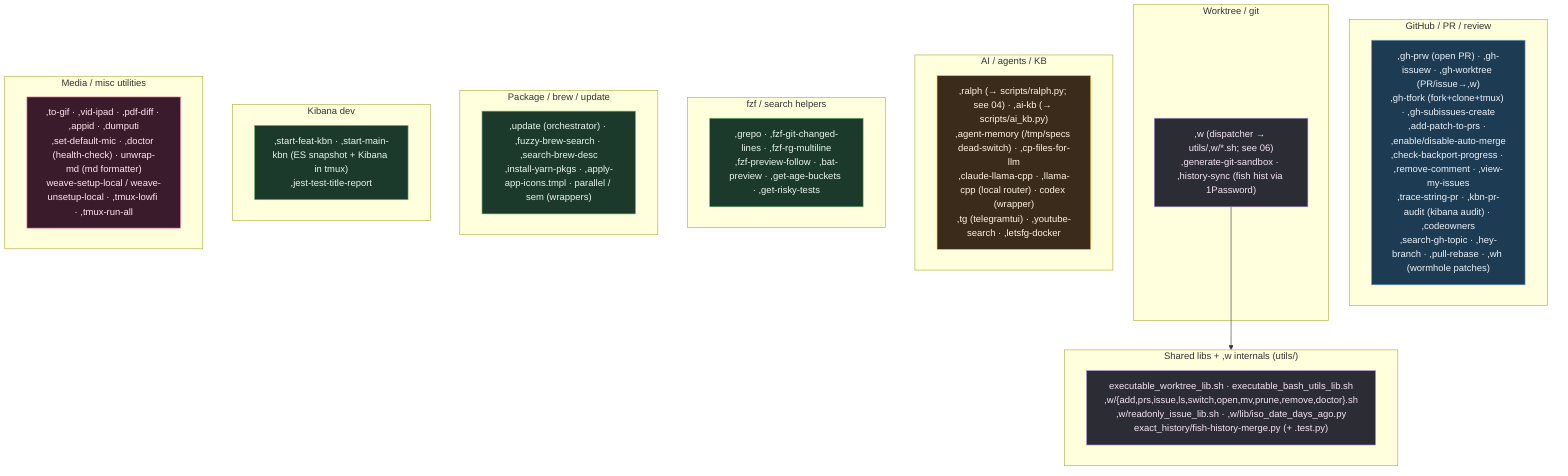
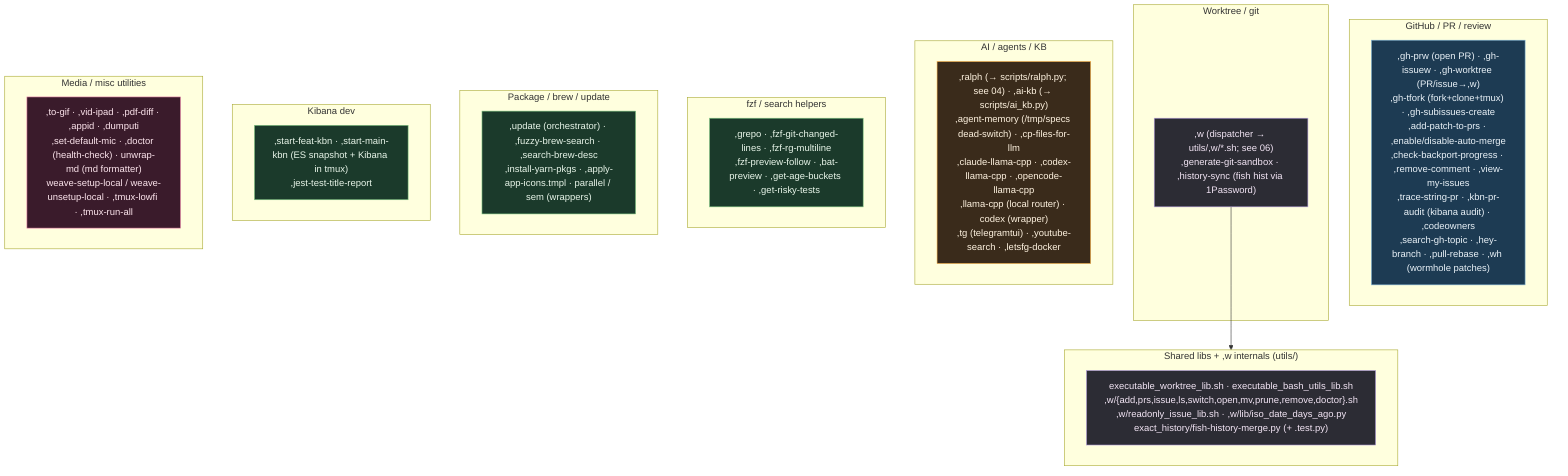
%% ============================================================================
- %% 07c-bin-commands.mmd — Every script in home/exact_bin/ (77 incl. utils).
+ %% 07c-bin-commands.mmd — Every script in home/exact_bin/ (79 incl. utils).
%% executable_,* → ~/bin/,* (comma-prefixed user commands). A few are plain
%% wrappers (parallel/sem/codex). Most have a fish completion (07) + some zsh.
%% ============================================================================
flowchart TB
    classDef gh fill:#1d3b53,stroke:#7fb3d5,color:#eaf2f8;
    classDef wt fill:#2c2c34,stroke:#b39ddb,color:#f3e5f5;
    classDef ai fill:#3a2b1b,stroke:#ffb74d,color:#fff3e0;
    classDef media fill:#3a1b2b,stroke:#f48fb1,color:#fce4ec;
    classDef sys fill:#1b3a2b,stroke:#81c784,color:#e8f5e9;

    subgraph GHC["GitHub / PR / review"]
        G[",gh-prw (open PR) · ,gh-issuew · ,gh-worktree (PR/issue→,w)<br/>,gh-tfork (fork+clone+tmux) · ,gh-subissues-create<br/>,add-patch-to-prs · ,enable/disable-auto-merge<br/>,check-backport-progress · ,remove-comment · ,view-my-issues<br/>,trace-string-pr · ,kbn-pr-audit (kibana audit) · ,codeowners<br/>,search-gh-topic · ,hey-branch · ,pull-rebase · ,wh (wormhole patches)"]:::gh
    end

    subgraph WTC["Worktree / git"]
        W[",w (dispatcher → utils/,w/*.sh; see 06)<br/>,generate-git-sandbox · ,history-sync (fish hist via 1Password)"]:::wt
    end

    subgraph AIC["AI / agents / KB"]
-         A[",ralph (→ scripts/ralph.py; see 04) · ,ai-kb (→ scripts/ai_kb.py)<br/>,agent-memory (/tmp/specs dead-switch) · ,cp-files-for-llm<br/>,claude-llama-cpp · ,llama-cpp (local router) · codex (wrapper)<br/>,tg (telegramtui) · ,youtube-search · ,letsfg-docker"]:::ai
+         A[",ralph (→ scripts/ralph.py; see 04) · ,ai-kb (→ scripts/ai_kb.py)<br/>,agent-memory (/tmp/specs dead-switch) · ,cp-files-for-llm<br/>,claude-llama-cpp · ,codex-llama-cpp · ,opencode-llama-cpp<br/>,llama-cpp (local router) · codex (wrapper)<br/>,tg (telegramtui) · ,youtube-search · ,letsfg-docker"]:::ai
    end

    subgraph FZFC["fzf / search helpers"]
        F[",grepo · ,fzf-git-changed-lines · ,fzf-rg-multiline<br/>,fzf-preview-follow · ,bat-preview · ,get-age-buckets · ,get-risky-tests"]:::sys
    end

    subgraph PKGC["Package / brew / update"]
        P[",update (orchestrator) · ,fuzzy-brew-search · ,search-brew-desc<br/>,install-yarn-pkgs · ,apply-app-icons.tmpl · parallel / sem (wrappers)"]:::sys
    end

    subgraph KBNC["Kibana dev"]
        K[",start-feat-kbn · ,start-main-kbn (ES snapshot + Kibana in tmux)<br/>,jest-test-title-report"]:::sys
    end

    subgraph MEDIA["Media / misc utilities"]
        M[",to-gif · ,vid-ipad · ,pdf-diff · ,appid · ,dumputi<br/>,set-default-mic · ,doctor (health-check) · unwrap-md (md formatter)<br/>weave-setup-local / weave-unsetup-local · ,tmux-lowfi · ,tmux-run-all"]:::media
    end

    subgraph LIBS["Shared libs + ,w internals (utils/)"]
        L["executable_worktree_lib.sh · executable_bash_utils_lib.sh<br/>,w/{add,prs,issue,ls,switch,open,mv,prune,remove,doctor}.sh<br/>,w/readonly_issue_lib.sh · ,w/lib/iso_date_days_ago.py<br/>exact_history/fish-history-merge.py (+ .test.py)"]:::wt
    end
    W --> LIBS
